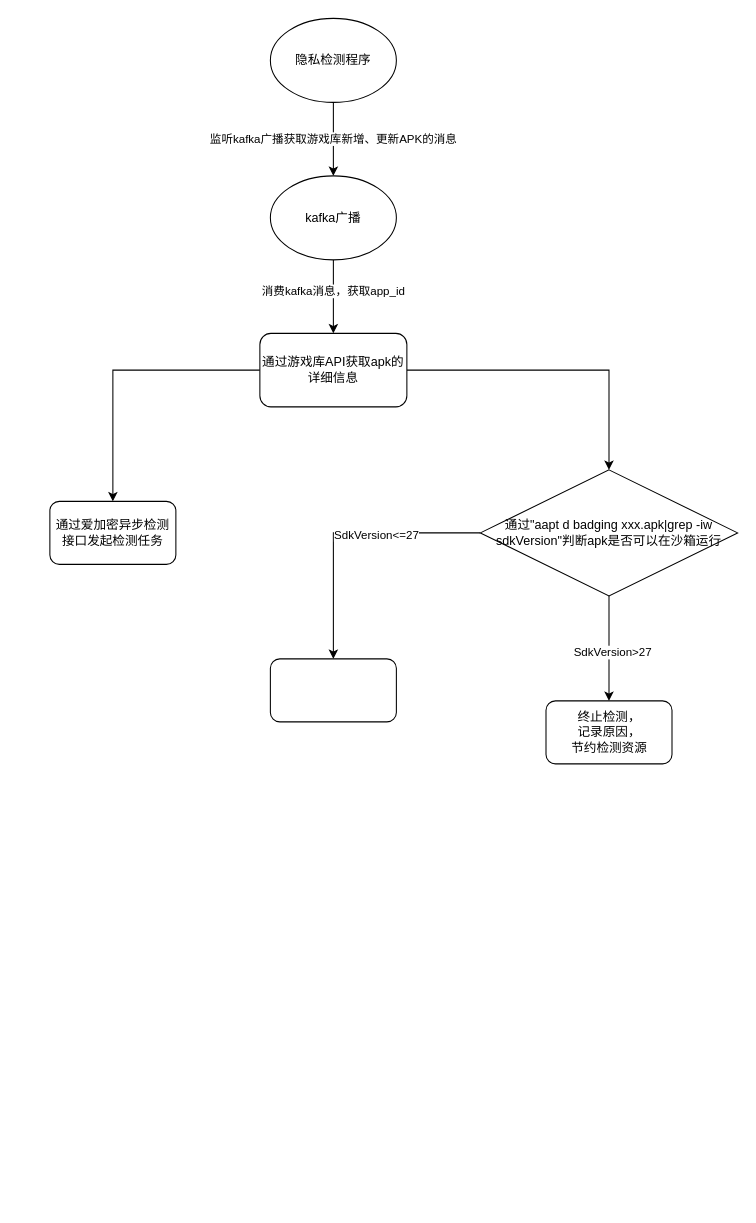
This is 未命名绘图.drawio from tongchewy/ER-Draw, a draw.io file, before an edit. Source tidied: cells renumbered, new cells numbered last; positions are measured from the earlier drawing's top-left corner, leaving out a move shared by most shapes. Both pictures are drawn from the tidied source at 105%, with x=0, y=0 at pixel (49, 18).
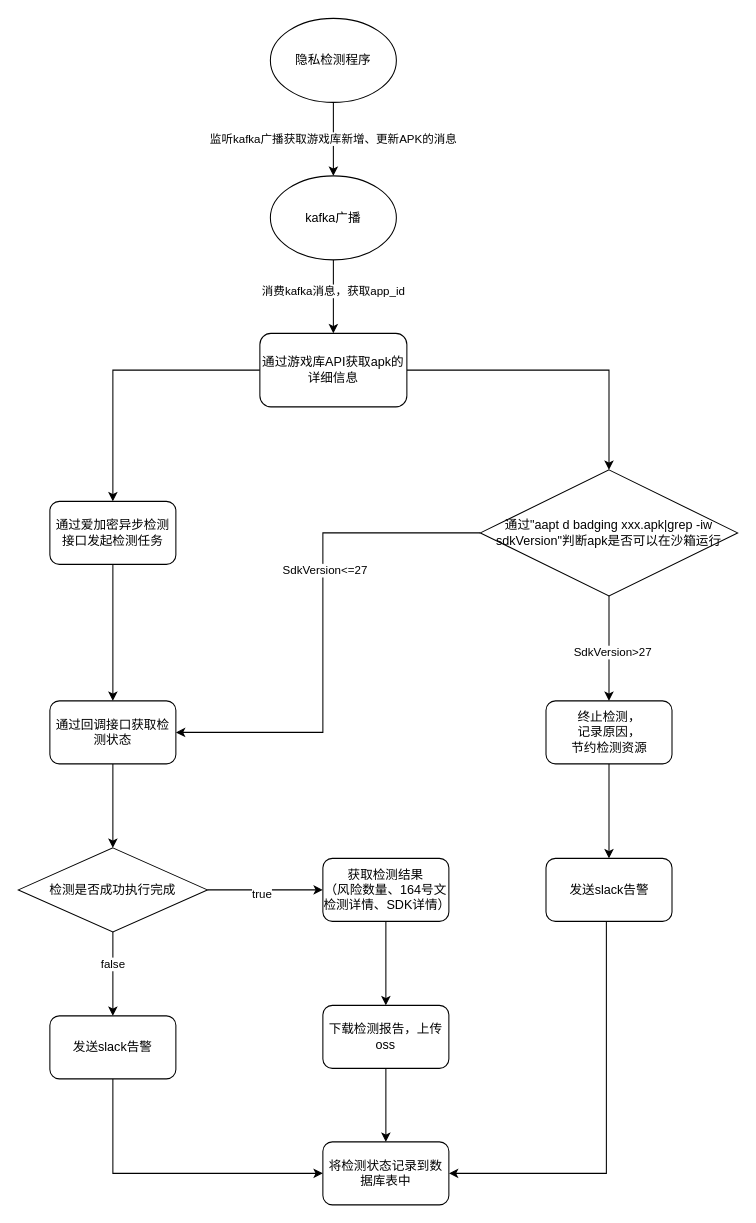
The same diagram, later.

Commit message:
更新未命名绘图.drawio

Unchanged cells that the change refers to:
```xml
<mxCell id="11" value="通过&quot;aapt d badging xxx.apk|grep -iw sdkVersion&quot;判断apk是否可以在沙箱运行" style="rhombus;whiteSpace=wrap;html=1;" parent="1" vertex="1">
  <mxGeometry x="410" y="430" width="245" height="120" as="geometry" />
</mxCell>
<mxCell id="15" value="终止检测，&lt;br&gt;记录原因，&lt;br&gt;节约检测资源" style="rounded=1;whiteSpace=wrap;html=1;" parent="1" vertex="1">
  <mxGeometry x="472.5" y="650" width="120" height="60" as="geometry" />
</mxCell>
<mxCell id="16" value="通过爱加密异步检测接口发起检测任务" style="rounded=1;whiteSpace=wrap;html=1;" parent="1" vertex="1">
  <mxGeometry y="460" width="120" height="60" as="geometry" />
</mxCell>
```

The edit, as a diff of the source:
```diff
@@
     <mxCell id="9" style="edgeStyle=orthogonalEdgeStyle;rounded=0;jettySize=auto;html=1;" parent="1" edge="1" source="11" target="17">
-      <mxGeometry relative="1" as="geometry" />
+      <mxGeometry relative="1" as="geometry">
+        <Array as="points">
+          <mxPoint x="260" y="490" />
+          <mxPoint x="260" y="680" />
+        </Array>
+      </mxGeometry>
     </mxCell>
@@
+    <mxCell id="18" style="edgeStyle=orthogonalEdgeStyle;rounded=0;jettySize=auto;html=1;entryX=0.5;entryY=0;entryDx=0;entryDy=0;" parent="1" edge="1" source="15" target="34">
+      <mxGeometry relative="1" as="geometry" />
+    </mxCell>
@@
+    <mxCell id="19" style="edgeStyle=orthogonalEdgeStyle;rounded=0;jettySize=auto;html=1;" parent="1" edge="1" source="16" target="17">
+      <mxGeometry relative="1" as="geometry" />
+    </mxCell>
@@
+    <mxCell id="20" style="edgeStyle=orthogonalEdgeStyle;rounded=0;jettySize=auto;html=1;" parent="1" edge="1" source="17">
+      <mxGeometry relative="1" as="geometry">
+        <mxPoint x="60" y="790" as="targetPoint" />
+      </mxGeometry>
+    </mxCell>
-    <mxCell id="17" style="rounded=1;whiteSpace=wrap;html=1;" parent="1" vertex="1">
-      <mxGeometry x="210" y="610" width="120" height="60" as="geometry" />
+    <mxCell id="17" value="通过回调接口获取检测状态" style="rounded=1;whiteSpace=wrap;html=1;" parent="1" vertex="1">
+      <mxGeometry y="650" width="120" height="60" as="geometry" />
     </mxCell>
+    <mxCell id="21" style="edgeStyle=orthogonalEdgeStyle;rounded=0;jettySize=auto;html=1;" parent="1" edge="1" source="25">
+      <mxGeometry relative="1" as="geometry">
+        <mxPoint x="260" y="830" as="targetPoint" />
+      </mxGeometry>
+    </mxCell>
+    <mxCell id="22" value="true" style="edgeLabel;html=1;align=center;verticalAlign=middle;" parent="21" vertex="1">
+      <mxGeometry x="-0.07" y="-3" relative="1" as="geometry" />
+    </mxCell>
+    <mxCell id="23" style="edgeStyle=orthogonalEdgeStyle;rounded=0;jettySize=auto;html=1;" parent="1" edge="1" source="25" target="32">
+      <mxGeometry relative="1" as="geometry" />
+    </mxCell>
+    <mxCell id="24" value="false" style="edgeLabel;html=1;align=center;verticalAlign=middle;" parent="23" vertex="1">
+      <mxGeometry x="-0.25" y="-1" relative="1" as="geometry" />
+    </mxCell>
+    <mxCell id="25" value="检测是否成功执行完成" style="rhombus;whiteSpace=wrap;html=1;" parent="1" vertex="1">
+      <mxGeometry x="-30" y="790" width="180" height="80" as="geometry" />
+    </mxCell>
+    <mxCell id="26" value="将检测状态记录到数据库表中" style="rounded=1;whiteSpace=wrap;html=1;" parent="1" vertex="1">
+      <mxGeometry x="260" y="1070" width="120" height="60" as="geometry" />
+    </mxCell>
+    <mxCell id="27" style="edgeStyle=orthogonalEdgeStyle;rounded=0;jettySize=auto;html=1;" parent="1" edge="1" source="28" target="30">
+      <mxGeometry relative="1" as="geometry" />
+    </mxCell>
+    <mxCell id="28" value="获取检测结果&lt;br&gt;（风险数量、164号文检测详情、SDK详情）" style="rounded=1;whiteSpace=wrap;html=1;" parent="1" vertex="1">
+      <mxGeometry x="260" y="800" width="120" height="60" as="geometry" />
+    </mxCell>
+    <mxCell id="29" style="edgeStyle=orthogonalEdgeStyle;rounded=0;jettySize=auto;html=1;" parent="1" edge="1" source="30" target="26">
+      <mxGeometry relative="1" as="geometry" />
+    </mxCell>
+    <mxCell id="30" value="下载检测报告，上传oss" style="rounded=1;whiteSpace=wrap;html=1;" parent="1" vertex="1">
+      <mxGeometry x="260" y="940" width="120" height="60" as="geometry" />
+    </mxCell>
+    <mxCell id="31" style="edgeStyle=orthogonalEdgeStyle;rounded=0;jettySize=auto;html=1;entryX=0;entryY=0.5;entryDx=0;entryDy=0;" parent="1" edge="1" source="32" target="26">
+      <mxGeometry relative="1" as="geometry">
+        <Array as="points">
+          <mxPoint x="60" y="1100" />
+        </Array>
+      </mxGeometry>
+    </mxCell>
+    <mxCell id="32" value="发送slack告警" style="rounded=1;whiteSpace=wrap;html=1;" parent="1" vertex="1">
+      <mxGeometry y="950" width="120" height="60" as="geometry" />
+    </mxCell>
+    <mxCell id="33" style="edgeStyle=orthogonalEdgeStyle;rounded=0;jettySize=auto;html=1;entryX=1;entryY=0.5;entryDx=0;entryDy=0;" parent="1" edge="1" source="34" target="26">
+      <mxGeometry relative="1" as="geometry">
+        <Array as="points">
+          <mxPoint x="530" y="1100" />
+        </Array>
+      </mxGeometry>
+    </mxCell>
+    <mxCell id="34" value="发送slack告警" style="rounded=1;whiteSpace=wrap;html=1;" parent="1" vertex="1">
+      <mxGeometry x="472.5" y="800" width="120" height="60" as="geometry" />
+    </mxCell>
```
